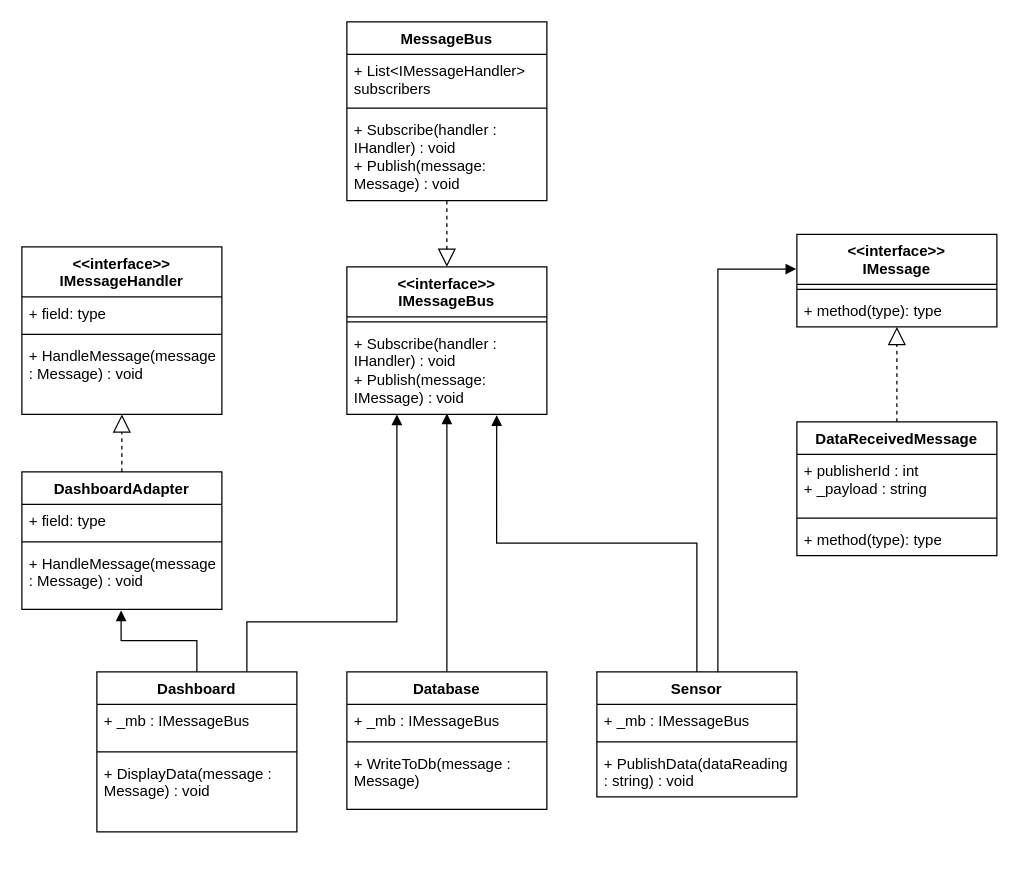
The draw.io diagram message_bus_generic.drawio in peterma-git/SW4SWD-DesignPatternsAssignment-Group16-message-bus-vs-project, before the edit. Source tidied: cells renumbered, new cells numbered last; positions are measured from the earlier drawing's top-left corner, leaving out a move shared by most shapes. Both pictures are drawn from the tidied source at 125%, with x=0, y=0 at pixel (21, 21).
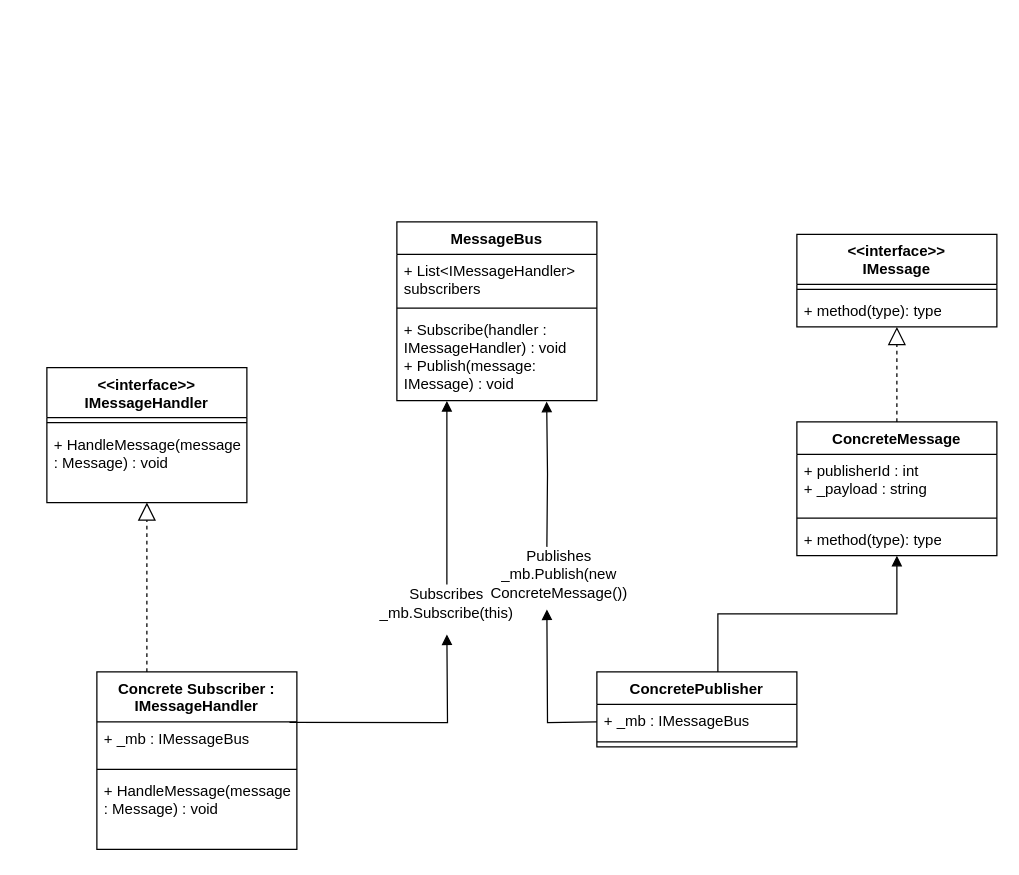
The same diagram, later.

The change refers to these unchanged cells:
```xml
<mxCell id="35" value="&lt;div&gt;&amp;lt;&amp;lt;interface&amp;gt;&amp;gt;&lt;/div&gt;&lt;div&gt;IMessage&lt;/div&gt;" style="swimlane;fontStyle=1;align=center;verticalAlign=top;horizontal=1;startSize=40;whiteSpace=wrap;html=1;" parent="1" vertex="1">
  <mxGeometry x="620" y="170" width="160" height="74" as="geometry" />
</mxCell>
```

The edit, as a diff of the source:
```diff
@@
     <mxCell id="2" value="MessageBus" style="swimlane;fontStyle=1;align=center;verticalAlign=top;horizontal=1;startSize=26;whiteSpace=wrap;html=1;" parent="1" vertex="1">
-      <mxGeometry x="260" width="160" height="143" as="geometry" />
+      <mxGeometry x="300" y="160" width="160" height="143" as="geometry" />
     </mxCell>
@@
-    <mxCell id="5" value="&lt;div&gt;+ Subscribe(handler : IHandler) : void&lt;/div&gt;&lt;div&gt;+ Publish(message: Message) : void&lt;/div&gt;" style="text;strokeColor=none;fillColor=none;align=left;verticalAlign=top;spacingLeft=4;spacingRight=4;overflow=hidden;points=[[0,0.5],[1,0.5]];portConstraint=eastwest;whiteSpace=wrap;html=1;" parent="2" vertex="1">
+    <mxCell id="5" value="&lt;div&gt;+ Subscribe(handler : IMessageHandler) : void&lt;/div&gt;&lt;div&gt;+ Publish(message: IMessage) : void&lt;/div&gt;" style="text;strokeColor=none;fillColor=none;align=left;verticalAlign=top;spacingLeft=4;spacingRight=4;overflow=hidden;points=[[0,0.5],[1,0.5]];portConstraint=eastwest;whiteSpace=wrap;html=1;" parent="2" vertex="1">
       <mxGeometry y="73" width="160" height="70" as="geometry" />
     </mxCell>
     <mxCell id="6" value="&lt;div&gt;&amp;lt;&amp;lt;interface&amp;gt;&amp;gt;&lt;/div&gt;&lt;div&gt;IMessageHandler&lt;/div&gt;" style="swimlane;fontStyle=1;align=center;verticalAlign=top;horizontal=1;startSize=40;whiteSpace=wrap;html=1;" parent="1" vertex="1">
-      <mxGeometry y="180" width="160" height="134" as="geometry" />
+      <mxGeometry x="20" y="276.5" width="160" height="108" as="geometry" />
     </mxCell>
-    <mxCell id="7" value="+ field: type" style="text;strokeColor=none;fillColor=none;align=left;verticalAlign=top;spacingLeft=4;spacingRight=4;overflow=hidden;whiteSpace=wrap;html=1;" parent="6" vertex="1">
-      <mxGeometry y="40" width="160" height="26" as="geometry" />
-    </mxCell>
     <mxCell id="8" style="line;strokeWidth=1;fillColor=none;align=left;verticalAlign=middle;spacingTop=-1;spacingLeft=3;spacingRight=3;labelPosition=right;strokeColor=inherit;labelPerimeter=1;" parent="6" vertex="1">
-      <mxGeometry y="66" width="160" height="8" as="geometry" />
+      <mxGeometry y="40" width="160" height="8" as="geometry" />
     </mxCell>
     <mxCell id="9" value="+ HandleMessage(message : Message) : void" style="text;strokeColor=none;fillColor=none;align=left;verticalAlign=top;spacingLeft=4;spacingRight=4;overflow=hidden;whiteSpace=wrap;html=1;" parent="6" vertex="1">
-      <mxGeometry y="74" width="160" height="60" as="geometry" />
+      <mxGeometry y="48" width="160" height="60" as="geometry" />
     </mxCell>
-    <mxCell id="10" value="DataReceivedMessage" style="swimlane;fontStyle=1;align=center;verticalAlign=top;horizontal=1;startSize=26;whiteSpace=wrap;html=1;" parent="1" vertex="1">
+    <mxCell id="10" value="ConcreteMessage" style="swimlane;fontStyle=1;align=center;verticalAlign=top;horizontal=1;startSize=26;whiteSpace=wrap;html=1;" parent="1" vertex="1">
       <mxGeometry x="620" y="320" width="160" height="107" as="geometry" />
     </mxCell>
@@
-    <mxCell id="14" value="Dashboard" style="swimlane;fontStyle=1;align=center;verticalAlign=top;horizontal=1;startSize=26;whiteSpace=wrap;html=1;" parent="1" vertex="1">
-      <mxGeometry x="60" y="520" width="160" height="128" as="geometry" />
+    <mxCell id="14" value="Concrete Subscriber : IMessageHandler" style="swimlane;fontStyle=1;align=center;verticalAlign=top;horizontal=1;startSize=40;whiteSpace=wrap;html=1;" parent="1" vertex="1">
+      <mxGeometry x="60" y="520" width="160" height="142" as="geometry" />
     </mxCell>
     <mxCell id="15" value="+ _mb : IMessageBus" style="text;strokeColor=none;fillColor=none;align=left;verticalAlign=top;spacingLeft=4;spacingRight=4;overflow=hidden;whiteSpace=wrap;html=1;" parent="14" vertex="1">
-      <mxGeometry y="26" width="160" height="34" as="geometry" />
+      <mxGeometry y="40" width="160" height="34" as="geometry" />
     </mxCell>
     <mxCell id="16" style="line;strokeWidth=1;fillColor=none;align=left;verticalAlign=middle;spacingTop=-1;spacingLeft=3;spacingRight=3;labelPosition=right;strokeColor=inherit;labelPerimeter=1;" parent="14" vertex="1">
-      <mxGeometry y="60" width="160" height="8" as="geometry" />
+      <mxGeometry y="74" width="160" height="8" as="geometry" />
     </mxCell>
-    <mxCell id="17" value="+ DisplayData(message : Message) : void" style="text;strokeColor=none;fillColor=none;align=left;verticalAlign=top;spacingLeft=4;spacingRight=4;overflow=hidden;whiteSpace=wrap;html=1;" parent="14" vertex="1">
-      <mxGeometry y="68" width="160" height="60" as="geometry" />
+    <mxCell id="17" value="+ HandleMessage(message : Message) : void" style="text;strokeColor=none;fillColor=none;align=left;verticalAlign=top;spacingLeft=4;spacingRight=4;overflow=hidden;whiteSpace=wrap;html=1;" parent="14" vertex="1">
+      <mxGeometry y="82" width="160" height="60" as="geometry" />
     </mxCell>
-    <mxCell id="18" value="Database" style="swimlane;fontStyle=1;align=center;verticalAlign=top;horizontal=1;startSize=26;whiteSpace=wrap;html=1;" parent="1" vertex="1">
-      <mxGeometry x="260" y="520" width="160" height="110" as="geometry" />
-    </mxCell>
-    <mxCell id="19" value="+ _mb : IMessageBus" style="text;strokeColor=none;fillColor=none;align=left;verticalAlign=top;spacingLeft=4;spacingRight=4;overflow=hidden;whiteSpace=wrap;html=1;" parent="18" vertex="1">
-      <mxGeometry y="26" width="160" height="26" as="geometry" />
-    </mxCell>
-    <mxCell id="20" style="line;strokeWidth=1;fillColor=none;align=left;verticalAlign=middle;spacingTop=-1;spacingLeft=3;spacingRight=3;labelPosition=right;strokeColor=inherit;labelPerimeter=1;" parent="18" vertex="1">
-      <mxGeometry y="52" width="160" height="8" as="geometry" />
-    </mxCell>
-    <mxCell id="21" value="+ WriteToDb(message : Message)" style="text;strokeColor=none;fillColor=none;align=left;verticalAlign=top;spacingLeft=4;spacingRight=4;overflow=hidden;whiteSpace=wrap;html=1;" parent="18" vertex="1">
-      <mxGeometry y="60" width="160" height="50" as="geometry" />
-    </mxCell>
-    <mxCell id="22" value="DashboardAdapter" style="swimlane;fontStyle=1;align=center;verticalAlign=top;horizontal=1;startSize=26;whiteSpace=wrap;html=1;" parent="1" vertex="1">
-      <mxGeometry y="360" width="160" height="110" as="geometry" />
-    </mxCell>
-    <mxCell id="23" value="+ field: type" style="text;strokeColor=none;fillColor=none;align=left;verticalAlign=top;spacingLeft=4;spacingRight=4;overflow=hidden;whiteSpace=wrap;html=1;" parent="22" vertex="1">
-      <mxGeometry y="26" width="160" height="26" as="geometry" />
-    </mxCell>
-    <mxCell id="24" style="line;strokeWidth=1;fillColor=none;align=left;verticalAlign=middle;spacingTop=-1;spacingLeft=3;spacingRight=3;labelPosition=right;strokeColor=inherit;labelPerimeter=1;" parent="22" vertex="1">
-      <mxGeometry y="52" width="160" height="8" as="geometry" />
-    </mxCell>
-    <mxCell id="25" value="+ HandleMessage(message : Message) : void" style="text;strokeColor=none;fillColor=none;align=left;verticalAlign=top;spacingLeft=4;spacingRight=4;overflow=hidden;points=[[0,0.5],[1,0.5]];portConstraint=eastwest;whiteSpace=wrap;html=1;" parent="22" vertex="1">
-      <mxGeometry y="60" width="160" height="50" as="geometry" />
-    </mxCell>
-    <mxCell id="26" style="endArrow=block;dashed=1;endFill=0;endSize=12;html=1;rounded=0;defaultLabelBackgroundColor=page;exitX=0.5;exitY=0;exitDx=0;exitDy=0;entryX=0.5;entryY=1;entryDx=0;entryDy=0;" parent="1" edge="1" source="22" target="6">
+    <mxCell id="26" style="endArrow=block;dashed=1;endFill=0;endSize=12;html=1;rounded=0;defaultLabelBackgroundColor=page;exitX=0.25;exitY=0;exitDx=0;exitDy=0;entryX=0.5;entryY=1;entryDx=0;entryDy=0;" parent="1" edge="1" source="14" target="6">
       <mxGeometry relative="1" as="geometry" />
     </mxCell>
-    <mxCell id="27" value="Sensor" style="swimlane;fontStyle=1;align=center;verticalAlign=top;horizontal=1;startSize=26;whiteSpace=wrap;html=1;" parent="1" vertex="1">
-      <mxGeometry x="460" y="520" width="160" height="100" as="geometry" />
+    <mxCell id="27" value="ConcretePublisher" style="swimlane;fontStyle=1;align=center;verticalAlign=top;horizontal=1;startSize=26;whiteSpace=wrap;html=1;" parent="1" vertex="1">
+      <mxGeometry x="460" y="520" width="160" height="60" as="geometry" />
     </mxCell>
@@
-    <mxCell id="30" value="+ PublishData(dataReading : string) : void" style="text;strokeColor=none;fillColor=none;align=left;verticalAlign=top;spacingLeft=4;spacingRight=4;overflow=hidden;whiteSpace=wrap;html=1;" parent="27" vertex="1">
-      <mxGeometry y="60" width="160" height="40" as="geometry" />
-    </mxCell>
-    <mxCell id="31" value="&lt;div&gt;&amp;lt;&amp;lt;interface&amp;gt;&amp;gt;&lt;/div&gt;&lt;div&gt;IMessageBus&lt;/div&gt;" style="swimlane;fontStyle=1;align=center;verticalAlign=top;horizontal=1;startSize=40;whiteSpace=wrap;html=1;" parent="1" vertex="1">
-      <mxGeometry x="260" y="196" width="160" height="118" as="geometry" />
-    </mxCell>
-    <mxCell id="32" style="line;strokeWidth=1;fillColor=none;align=left;verticalAlign=middle;spacingTop=-1;spacingLeft=3;spacingRight=3;labelPosition=right;strokeColor=inherit;labelPerimeter=1;" parent="31" vertex="1">
-      <mxGeometry y="40" width="160" height="8" as="geometry" />
-    </mxCell>
-    <mxCell id="33" value="&lt;div&gt;+ Subscribe(handler : IHandler) : void&lt;/div&gt;&lt;div&gt;+ Publish(message: IMessage) : void&lt;/div&gt;" style="text;strokeColor=none;fillColor=none;align=left;verticalAlign=top;spacingLeft=4;spacingRight=4;overflow=hidden;points=[[0,0.5],[1,0.5]];portConstraint=eastwest;whiteSpace=wrap;html=1;" parent="31" vertex="1">
-      <mxGeometry y="48" width="160" height="70" as="geometry" />
-    </mxCell>
-    <mxCell id="34" style="endArrow=block;dashed=1;endFill=0;endSize=12;html=1;rounded=0;defaultLabelBackgroundColor=page;exitX=0.5;exitY=1;exitDx=0;exitDy=0;" parent="1" edge="1" source="2" target="31">
-      <mxGeometry relative="1" as="geometry" />
-    </mxCell>
@@
-    <mxCell id="39" style="endArrow=block;endFill=1;html=1;edgeStyle=orthogonalEdgeStyle;align=left;verticalAlign=top;rounded=0;defaultLabelBackgroundColor=page;exitX=0.5;exitY=0;exitDx=0;exitDy=0;entryX=0.496;entryY=1.017;entryDx=0;entryDy=0;entryPerimeter=0;" parent="1" edge="1" source="14" target="25">
-      <mxGeometry x="-1" relative="1" as="geometry" />
-    </mxCell>
-    <mxCell id="40" style="endArrow=block;endFill=1;html=1;edgeStyle=orthogonalEdgeStyle;align=left;verticalAlign=top;rounded=0;defaultLabelBackgroundColor=page;exitX=0.5;exitY=0;exitDx=0;exitDy=0;" parent="1" edge="1" source="18">
-      <mxGeometry x="-1" relative="1" as="geometry">
-        <mxPoint x="340" y="313.3" as="targetPoint" />
-      </mxGeometry>
-    </mxCell>
-    <mxCell id="41" style="endArrow=block;endFill=1;html=1;edgeStyle=orthogonalEdgeStyle;align=left;verticalAlign=top;rounded=0;defaultLabelBackgroundColor=page;exitX=0.5;exitY=0;exitDx=0;exitDy=0;entryX=0.749;entryY=1.009;entryDx=0;entryDy=0;entryPerimeter=0;" parent="1" edge="1" source="27" target="33">
-      <mxGeometry x="-1" relative="1" as="geometry" />
+    <mxCell id="41" style="endArrow=block;endFill=1;html=1;edgeStyle=orthogonalEdgeStyle;align=left;verticalAlign=top;rounded=0;defaultLabelBackgroundColor=page;entryX=0.749;entryY=1.011;entryDx=0;entryDy=0;entryPerimeter=0;" parent="1" edge="1" target="5">
+      <mxGeometry x="-1" relative="1" as="geometry">
+        <mxPoint x="420" y="420" as="sourcePoint" />
+      </mxGeometry>
     </mxCell>
-    <mxCell id="42" style="endArrow=block;endFill=1;html=1;edgeStyle=orthogonalEdgeStyle;align=left;verticalAlign=top;rounded=0;defaultLabelBackgroundColor=page;exitX=0.75;exitY=0;exitDx=0;exitDy=0;entryX=0.25;entryY=1;entryDx=0;entryDy=0;" parent="1" edge="1" target="31">
-      <mxGeometry x="-1" relative="1" as="geometry">
-        <mxPoint x="180" y="520" as="sourcePoint" />
-        <Array as="points">
-          <mxPoint x="180" y="480" />
-          <mxPoint x="300" y="480" />
-        </Array>
-      </mxGeometry>
-    </mxCell>
-    <mxCell id="43" style="endArrow=block;endFill=1;html=1;edgeStyle=orthogonalEdgeStyle;align=left;verticalAlign=top;rounded=0;defaultLabelBackgroundColor=page;exitX=0.605;exitY=0.003;exitDx=0;exitDy=0;entryX=-0.003;entryY=0.375;entryDx=0;entryDy=0;entryPerimeter=0;exitPerimeter=0;" parent="1" edge="1" source="27" target="35">
+    <mxCell id="43" style="endArrow=block;endFill=1;html=1;edgeStyle=orthogonalEdgeStyle;align=left;verticalAlign=top;rounded=0;defaultLabelBackgroundColor=page;exitX=0.605;exitY=0.003;exitDx=0;exitDy=0;entryX=0.5;entryY=1;entryDx=0;entryDy=0;exitPerimeter=0;" parent="1" edge="1" source="27" target="10">
       <mxGeometry x="-1" relative="1" as="geometry" />
     </mxCell>
+    <mxCell id="44" style="endArrow=block;endFill=1;html=1;edgeStyle=orthogonalEdgeStyle;align=left;verticalAlign=top;rounded=0;defaultLabelBackgroundColor=page;entryX=0.25;entryY=1.003;entryDx=0;entryDy=0;entryPerimeter=0;" parent="1" edge="1" source="46" target="5">
+      <mxGeometry x="-1" relative="1" as="geometry" />
+    </mxCell>
+    <mxCell id="45" style="endArrow=block;endFill=1;html=1;edgeStyle=orthogonalEdgeStyle;align=left;verticalAlign=top;rounded=0;defaultLabelBackgroundColor=page;exitX=0.963;exitY=0.285;exitDx=0;exitDy=0;exitPerimeter=0;" parent="1" edge="1" source="14">
+      <mxGeometry x="-1" relative="1" as="geometry">
+        <mxPoint x="340" y="490" as="targetPoint" />
+      </mxGeometry>
+    </mxCell>
+    <mxCell id="46" value="Subscribes&lt;div&gt;_mb.Subscribe(this)&lt;/div&gt;" style="text;html=1;whiteSpace=wrap;strokeColor=none;fillColor=none;align=center;verticalAlign=middle;rounded=0;" parent="1" vertex="1">
+      <mxGeometry x="310" y="450" width="60" height="30" as="geometry" />
+    </mxCell>
+    <mxCell id="47" style="endArrow=block;endFill=1;html=1;edgeStyle=orthogonalEdgeStyle;align=left;verticalAlign=top;rounded=0;defaultLabelBackgroundColor=page;" parent="1" edge="1">
+      <mxGeometry x="-1" relative="1" as="geometry">
+        <mxPoint x="460" y="560" as="sourcePoint" />
+        <mxPoint x="420" y="470" as="targetPoint" />
+      </mxGeometry>
+    </mxCell>
+    <mxCell id="48" value="Publishes&lt;div&gt;_mb.Publish(new ConcreteMessage())&lt;/div&gt;" style="text;html=1;whiteSpace=wrap;strokeColor=none;fillColor=none;align=center;verticalAlign=middle;rounded=0;" parent="1" vertex="1">
+      <mxGeometry x="400" y="427" width="60" height="30" as="geometry" />
+    </mxCell>
```
